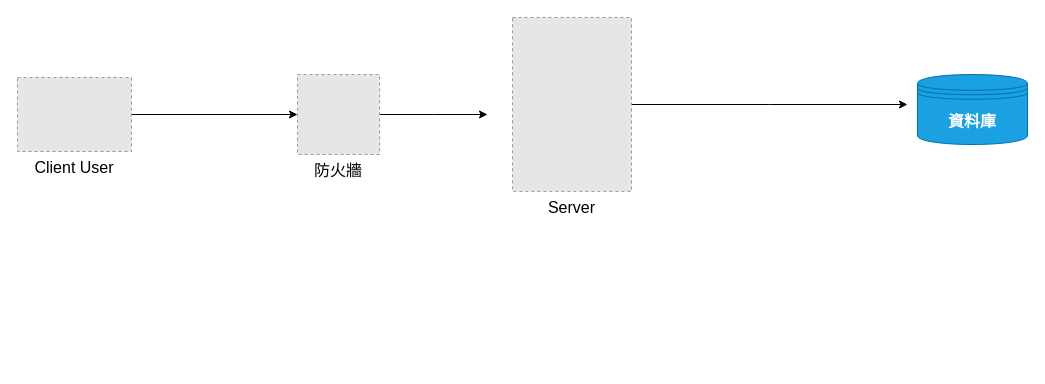
This is 系統架構圖.drawio from Ivychenyh/FlowChart, a draw.io file, before an edit. Source tidied: cells renumbered, new cells numbered last; positions are measured from the earlier drawing's top-left corner, leaving out a move shared by most shapes. Both pictures are drawn from the tidied source at 100%, with x=0, y=0 at pixel (17, 17). Pictures stored in the file or linked from it are replaced by grey dashed boxes.
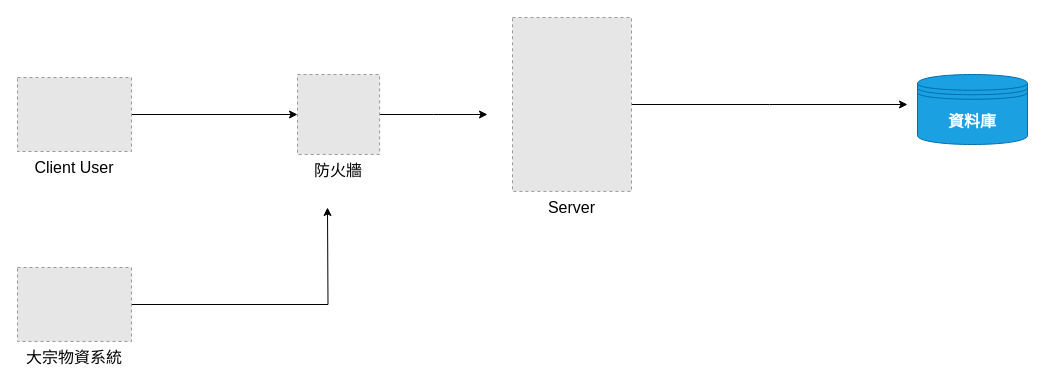
The same diagram, later.

Commit message:
更新系統架構圖.drawio

The edit, as a diff of the source:
```diff
@@
 <mxGraphModel>
   <root>
     <mxCell id="0" />
     <mxCell id="1" parent="0" />
     <mxCell id="2" value="資料庫" style="shape=datastore;whiteSpace=wrap;html=1;fillColor=#1ba1e2;fontColor=#ffffff;strokeColor=#006EAF;fontSize=16;fontStyle=1;" parent="1" vertex="1">
       <mxGeometry x="900" y="57" width="110" height="70" as="geometry" />
     </mxCell>
     <mxCell id="3" style="edgeStyle=orthogonalEdgeStyle;rounded=0;jettySize=auto;html=1;entryX=0;entryY=0.5;entryDx=0;entryDy=0;" parent="1" edge="1" source="4" target="6">
       <mxGeometry relative="1" as="geometry" />
     </mxCell>
     <mxCell id="4" value="Client User" style="fillColor=#E6E6E6;strokeColor=#999999;dashed=1;verticalLabelPosition=bottom;labelBackgroundColor=default;verticalAlign=top;fontSize=16;" parent="1" vertex="1">
       <mxGeometry y="60" width="114" height="74" as="geometry" />
     </mxCell>
     <mxCell id="5" style="edgeStyle=orthogonalEdgeStyle;rounded=0;jettySize=auto;html=1;" parent="1" edge="1" source="6">
       <mxGeometry relative="1" as="geometry">
         <mxPoint x="470" y="97" as="targetPoint" />
       </mxGeometry>
     </mxCell>
     <mxCell id="6" value="防火牆" style="fillColor=#E6E6E6;strokeColor=#999999;dashed=1;verticalLabelPosition=bottom;labelBackgroundColor=default;verticalAlign=top;fontSize=16;" parent="1" vertex="1">
       <mxGeometry x="280" y="57" width="82.1" height="80" as="geometry" />
     </mxCell>
     <mxCell id="7" style="edgeStyle=orthogonalEdgeStyle;rounded=0;jettySize=auto;html=1;" parent="1" edge="1" source="8">
       <mxGeometry relative="1" as="geometry">
         <mxPoint x="890" y="87" as="targetPoint" />
       </mxGeometry>
     </mxCell>
     <mxCell id="8" value="Server" style="fillColor=#E6E6E6;strokeColor=#999999;dashed=1;verticalLabelPosition=bottom;labelBackgroundColor=default;verticalAlign=top;fontSize=16;" parent="1" vertex="1">
       <mxGeometry x="495" width="119" height="173.9" as="geometry" />
     </mxCell>
+    <mxCell id="9" style="edgeStyle=orthogonalEdgeStyle;rounded=0;jettySize=auto;html=1;" parent="1" edge="1" source="10">
+      <mxGeometry relative="1" as="geometry">
+        <mxPoint x="310" y="190" as="targetPoint" />
+      </mxGeometry>
+    </mxCell>
+    <mxCell id="10" value="大宗物資系統" style="fillColor=#E6E6E6;strokeColor=#999999;dashed=1;verticalLabelPosition=bottom;labelBackgroundColor=default;verticalAlign=top;fontSize=16;" parent="1" vertex="1">
+      <mxGeometry y="250" width="114" height="74" as="geometry" />
+    </mxCell>
   </root>
 </mxGraphModel>
```
